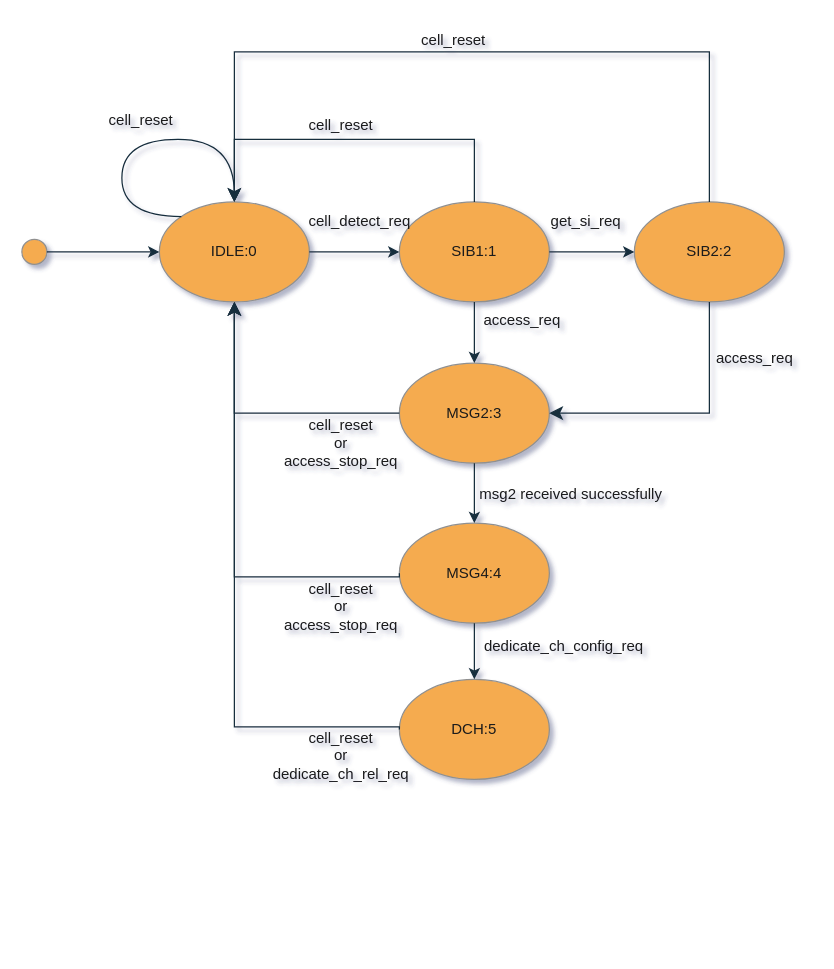
Before: page "第 3 页" (3 of 5) of 1.drawio in wubobupt/drawio, a draw.io diagram. Source tidied: cells renumbered, new cells numbered last; positions are measured from the earlier drawing's top-left corner, leaving out a move shared by most shapes. Both pictures are drawn from the tidied source at 125%, with x=0, y=0 at pixel (21, 21).
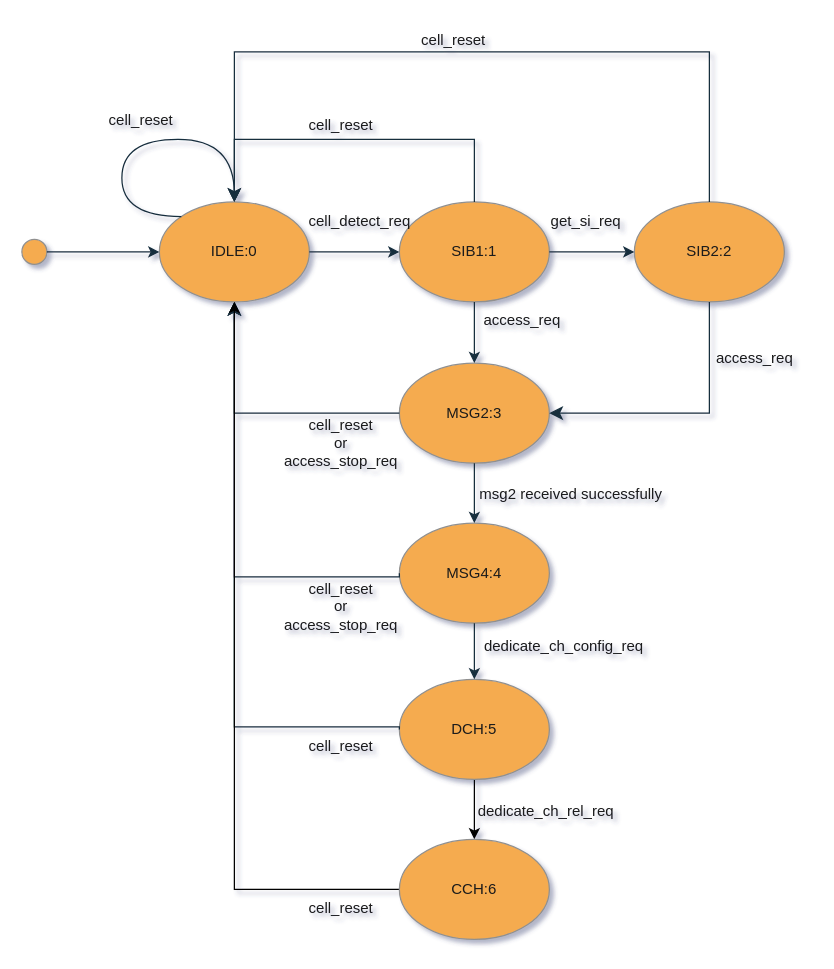
The same page after the edit.

The change refers to these unchanged cells:
```xml
<mxCell id="2" value="IDLE:0" style="ellipse;whiteSpace=wrap;html=1;labelBackgroundColor=none;fillColor=#F5AB50;strokeColor=#909090;fontColor=#1A1A1A;" parent="1" vertex="1">
  <mxGeometry x="110" y="144" width="120" height="80" as="geometry" />
</mxCell>
<mxCell id="6" value="DCH:5" style="ellipse;whiteSpace=wrap;html=1;labelBackgroundColor=none;fillColor=#F5AB50;strokeColor=#909090;fontColor=#1A1A1A;" parent="1" vertex="1">
  <mxGeometry x="302" y="526" width="120" height="80" as="geometry" />
</mxCell>
```

What changed in the source:
```diff
@@
+    <mxCell id="34" style="edgeStyle=orthogonalEdgeStyle;rounded=0;jettySize=auto;html=1;exitX=0.5;exitY=1;exitDx=0;exitDy=0;entryX=0.5;entryY=0;entryDx=0;entryDy=0;" parent="1" edge="1" source="6" target="36">
+      <mxGeometry relative="1" as="geometry" />
+    </mxCell>
@@
-    <mxCell id="30" value="cell_reset&lt;div&gt;or&lt;/div&gt;&lt;div&gt;dedicate_ch_rel_req&lt;/div&gt;" style="text;html=1;align=center;verticalAlign=middle;strokeColor=none;fillColor=none;labelBackgroundColor=none;fontColor=#1A1A1A;" parent="1" vertex="1">
-      <mxGeometry x="190" y="557" width="130" height="60" as="geometry" />
+    <mxCell id="30" value="cell_reset" style="text;html=1;align=center;verticalAlign=middle;strokeColor=none;fillColor=none;labelBackgroundColor=none;fontColor=#1A1A1A;" parent="1" vertex="1">
+      <mxGeometry x="220" y="565" width="70" height="30" as="geometry" />
     </mxCell>
@@
+    <mxCell id="35" style="edgeStyle=orthogonalEdgeStyle;rounded=0;jettySize=auto;html=1;exitX=0;exitY=0.5;exitDx=0;exitDy=0;entryX=0.5;entryY=1;entryDx=0;entryDy=0;" parent="1" edge="1" source="36" target="2">
+      <mxGeometry relative="1" as="geometry" />
+    </mxCell>
+    <mxCell id="36" value="CCH:6" style="ellipse;whiteSpace=wrap;html=1;labelBackgroundColor=none;fillColor=#F5AB50;strokeColor=#909090;fontColor=#1A1A1A;" parent="1" vertex="1">
+      <mxGeometry x="302" y="654" width="120" height="80" as="geometry" />
+    </mxCell>
+    <mxCell id="37" value="&lt;span style=&quot;color: rgb(26, 26, 26);&quot;&gt;dedicate_ch_rel_req&lt;/span&gt;" style="text;html=1;align=center;verticalAlign=middle;strokeColor=none;fillColor=none;" parent="1" vertex="1">
+      <mxGeometry x="354" y="617" width="130" height="30" as="geometry" />
+    </mxCell>
+    <mxCell id="38" value="cell_reset" style="text;html=1;align=center;verticalAlign=middle;strokeColor=none;fillColor=none;labelBackgroundColor=none;fontColor=#1A1A1A;" parent="1" vertex="1">
+      <mxGeometry x="220" y="694" width="70" height="30" as="geometry" />
+    </mxCell>
```
